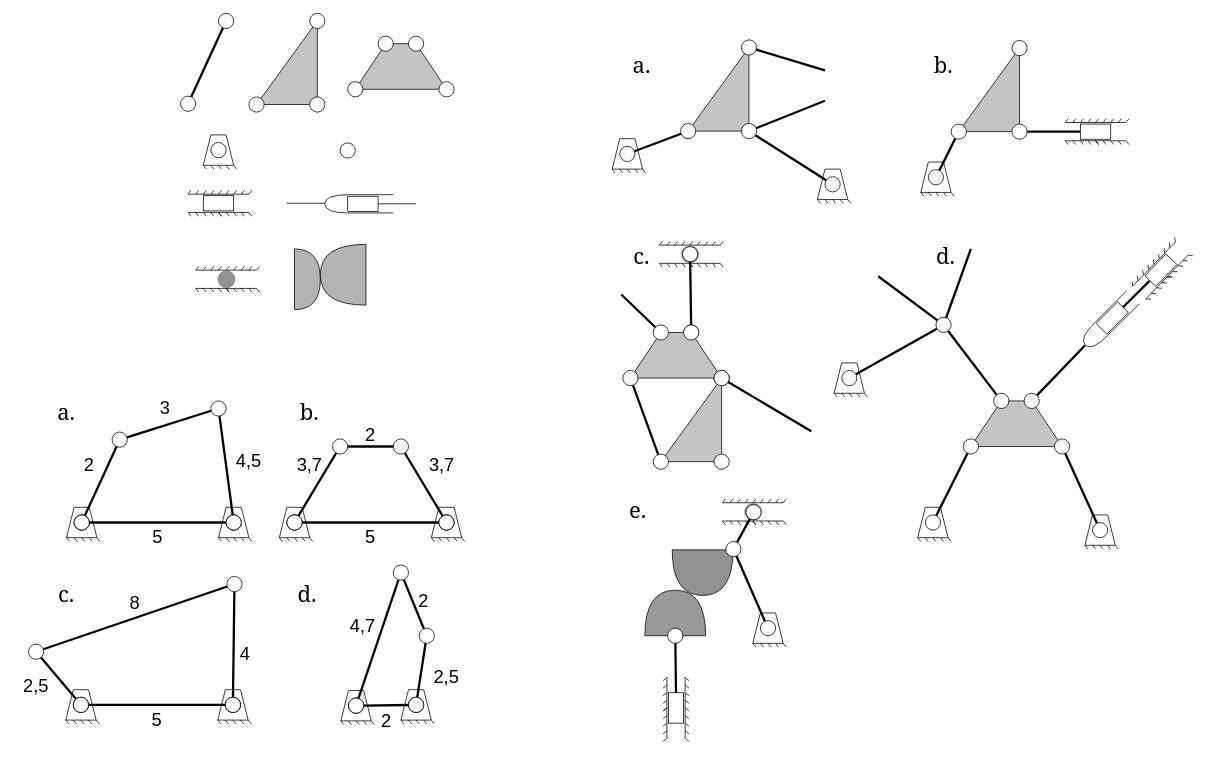
Above: Fisica Ejercicios/Images/mecanica_simbolos_y_ejercicios.drawio in InspectorDave/LaTeX (draw.io), before the change. Source tidied: cells renumbered, new cells numbered last; positions are measured from the earlier drawing's top-left corner, leaving out a move shared by most shapes. Both pictures are drawn from the tidied source at 76%, with x=0, y=0 at pixel (13, 13).
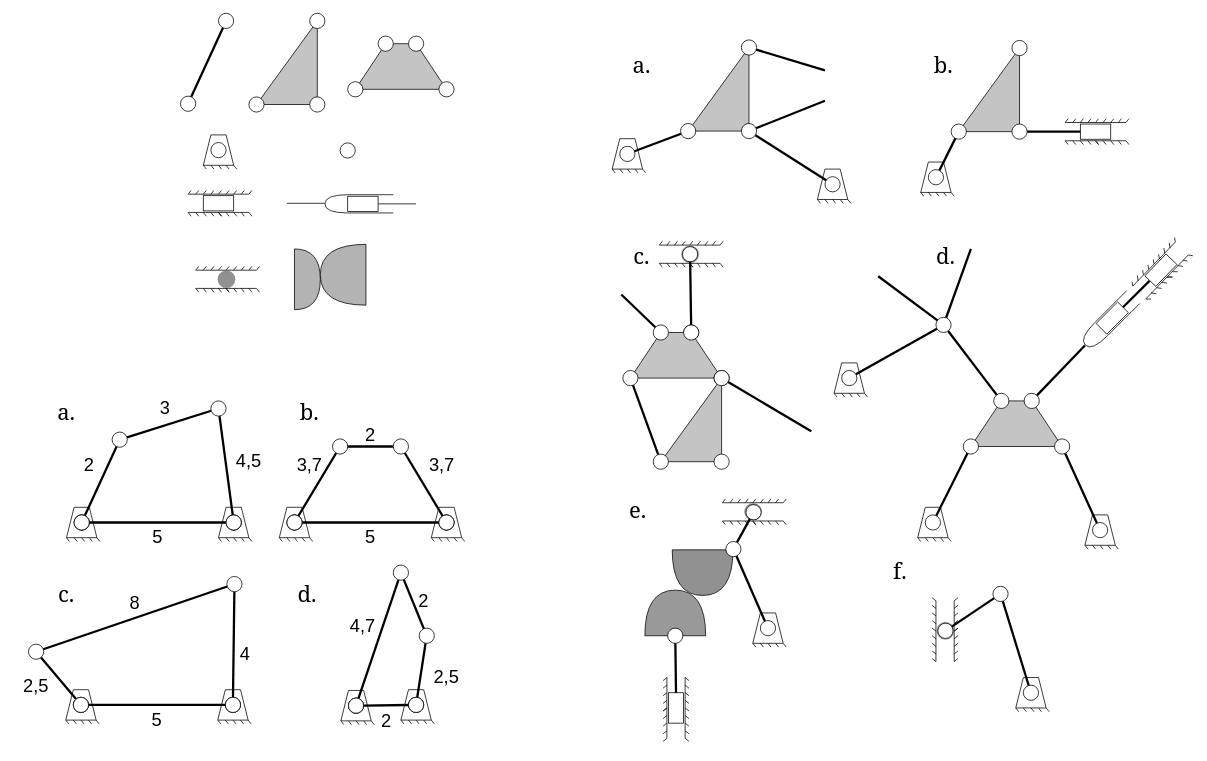
The same page after the edit.

Commit message (it also covers changes not shown here):
fisica_ej: agrego ejercicio de cinemática y ejercicio de mecánica

What changed in the source:
```diff
@@
+    <mxCell id="452" style="group;rotation=-90;" parent="1" vertex="1">
+      <mxGeometry x="1184" y="794" width="84" height="34" as="geometry" />
+    </mxCell>
+    <mxCell id="453" style="endArrow=none;html=1;rounded=0;" parent="452" edge="1">
+      <mxGeometry relative="1" as="geometry">
+        <mxPoint x="30" y="59" as="sourcePoint" />
+        <mxPoint x="30" y="-21" as="targetPoint" />
+      </mxGeometry>
+    </mxCell>
+    <mxCell id="454" style="endArrow=none;html=1;rounded=0;" parent="452" edge="1">
+      <mxGeometry relative="1" as="geometry">
+        <mxPoint x="54" y="59" as="sourcePoint" />
+        <mxPoint x="54" y="-21" as="targetPoint" />
+      </mxGeometry>
+    </mxCell>
+    <mxCell id="455" style="endArrow=none;html=1;rounded=0;" parent="452" edge="1">
+      <mxGeometry relative="1" as="geometry">
+        <mxPoint x="59" y="15" as="sourcePoint" />
+        <mxPoint x="54" y="19" as="targetPoint" />
+      </mxGeometry>
+    </mxCell>
+    <mxCell id="456" style="endArrow=none;html=1;rounded=0;" parent="452" edge="1">
+      <mxGeometry relative="1" as="geometry">
+        <mxPoint x="59" y="35" as="sourcePoint" />
+        <mxPoint x="54" y="39" as="targetPoint" />
+      </mxGeometry>
+    </mxCell>
+    <mxCell id="457" style="endArrow=none;html=1;rounded=0;" parent="452" edge="1">
+      <mxGeometry relative="1" as="geometry">
+        <mxPoint x="59" y="55" as="sourcePoint" />
+        <mxPoint x="54" y="59" as="targetPoint" />
+      </mxGeometry>
+    </mxCell>
+    <mxCell id="458" style="endArrow=none;html=1;rounded=0;" parent="452" edge="1">
+      <mxGeometry relative="1" as="geometry">
+        <mxPoint x="59" y="-25" as="sourcePoint" />
+        <mxPoint x="54" y="-21" as="targetPoint" />
+      </mxGeometry>
+    </mxCell>
+    <mxCell id="459" style="endArrow=none;html=1;rounded=0;" parent="452" edge="1">
+      <mxGeometry relative="1" as="geometry">
+        <mxPoint x="59" y="-5" as="sourcePoint" />
+        <mxPoint x="54" y="-1" as="targetPoint" />
+      </mxGeometry>
+    </mxCell>
+    <mxCell id="460" style="endArrow=none;html=1;rounded=0;" parent="452" edge="1">
+      <mxGeometry relative="1" as="geometry">
+        <mxPoint x="59" y="15" as="sourcePoint" />
+        <mxPoint x="54" y="19" as="targetPoint" />
+      </mxGeometry>
+    </mxCell>
+    <mxCell id="461" style="endArrow=none;html=1;rounded=0;" parent="452" edge="1">
+      <mxGeometry relative="1" as="geometry">
+        <mxPoint x="25" y="35" as="sourcePoint" />
+        <mxPoint x="30" y="39" as="targetPoint" />
+      </mxGeometry>
+    </mxCell>
+    <mxCell id="462" style="endArrow=none;html=1;rounded=0;" parent="452" edge="1">
+      <mxGeometry relative="1" as="geometry">
+        <mxPoint x="25" y="55" as="sourcePoint" />
+        <mxPoint x="30" y="59" as="targetPoint" />
+      </mxGeometry>
+    </mxCell>
+    <mxCell id="463" style="endArrow=none;html=1;rounded=0;" parent="452" edge="1">
+      <mxGeometry relative="1" as="geometry">
+        <mxPoint x="25" y="-25" as="sourcePoint" />
+        <mxPoint x="30" y="-21" as="targetPoint" />
+      </mxGeometry>
+    </mxCell>
+    <mxCell id="464" style="endArrow=none;html=1;rounded=0;" parent="452" edge="1">
+      <mxGeometry relative="1" as="geometry">
+        <mxPoint x="25" y="-5" as="sourcePoint" />
+        <mxPoint x="30" y="-1" as="targetPoint" />
+      </mxGeometry>
+    </mxCell>
+    <mxCell id="465" style="endArrow=none;html=1;rounded=0;" parent="452" edge="1">
+      <mxGeometry relative="1" as="geometry">
+        <mxPoint x="25" y="15" as="sourcePoint" />
+        <mxPoint x="30" y="19" as="targetPoint" />
+      </mxGeometry>
+    </mxCell>
+    <mxCell id="466" style="endArrow=none;html=1;rounded=0;" parent="452" edge="1">
+      <mxGeometry relative="1" as="geometry">
+        <mxPoint x="25" y="25" as="sourcePoint" />
+        <mxPoint x="30" y="29" as="targetPoint" />
+      </mxGeometry>
+    </mxCell>
+    <mxCell id="467" style="endArrow=none;html=1;rounded=0;" parent="452" edge="1">
+      <mxGeometry relative="1" as="geometry">
+        <mxPoint x="25" y="45" as="sourcePoint" />
+        <mxPoint x="30" y="49" as="targetPoint" />
+      </mxGeometry>
+    </mxCell>
+    <mxCell id="468" style="endArrow=none;html=1;rounded=0;" parent="452" edge="1">
+      <mxGeometry relative="1" as="geometry">
+        <mxPoint x="25" y="-15" as="sourcePoint" />
+        <mxPoint x="30" y="-11" as="targetPoint" />
+      </mxGeometry>
+    </mxCell>
+    <mxCell id="469" style="endArrow=none;html=1;rounded=0;" parent="452" edge="1">
+      <mxGeometry relative="1" as="geometry">
+        <mxPoint x="25" y="5" as="sourcePoint" />
+        <mxPoint x="30" y="9" as="targetPoint" />
+      </mxGeometry>
+    </mxCell>
+    <mxCell id="470" style="endArrow=none;html=1;rounded=0;" parent="452" edge="1">
+      <mxGeometry relative="1" as="geometry">
+        <mxPoint x="59" y="25" as="sourcePoint" />
+        <mxPoint x="54" y="29" as="targetPoint" />
+      </mxGeometry>
+    </mxCell>
+    <mxCell id="471" style="endArrow=none;html=1;rounded=0;" parent="452" edge="1">
+      <mxGeometry relative="1" as="geometry">
+        <mxPoint x="59" y="45" as="sourcePoint" />
+        <mxPoint x="54" y="49" as="targetPoint" />
+      </mxGeometry>
+    </mxCell>
+    <mxCell id="472" style="endArrow=none;html=1;rounded=0;" parent="452" edge="1">
+      <mxGeometry relative="1" as="geometry">
+        <mxPoint x="59" y="-15" as="sourcePoint" />
+        <mxPoint x="54" y="-11" as="targetPoint" />
+      </mxGeometry>
+    </mxCell>
+    <mxCell id="473" style="endArrow=none;html=1;rounded=0;" parent="452" edge="1">
+      <mxGeometry relative="1" as="geometry">
+        <mxPoint x="59" y="5" as="sourcePoint" />
+        <mxPoint x="54" y="9" as="targetPoint" />
+      </mxGeometry>
+    </mxCell>
+    <mxCell id="474" style="ellipse;whiteSpace=wrap;html=1;fillColor=#919191;strokeWidth=0;perimeterSpacing=0;rotation=-90;" parent="452" vertex="1">
+      <mxGeometry x="31" y="7" width="23" height="23" as="geometry" />
+    </mxCell>
@@
+    <mxCell id="475" style="group;" parent="1" vertex="1">
+      <mxGeometry x="1319" y="874" width="44" height="45" as="geometry" />
+    </mxCell>
+    <mxCell id="476" style="group;" parent="475" vertex="1">
+      <mxGeometry width="40" height="40" as="geometry" />
+    </mxCell>
+    <mxCell id="477" style="endArrow=none;html=1;rounded=0;" parent="476" edge="1">
+      <mxGeometry relative="1" as="geometry">
+        <mxPoint y="40" as="sourcePoint" />
+        <mxPoint y="40" as="targetPoint" />
+        <Array as="points">
+          <mxPoint x="30" y="40" />
+          <mxPoint x="40" y="40" />
+          <mxPoint x="30" />
+          <mxPoint x="10" />
+        </Array>
+      </mxGeometry>
+    </mxCell>
+    <mxCell id="478" style="ellipse;whiteSpace=wrap;html=1;" parent="476" vertex="1">
+      <mxGeometry x="10" y="10" width="20" height="20" as="geometry" />
+    </mxCell>
+    <mxCell id="479" style="endArrow=none;html=1;rounded=0;" parent="475" edge="1">
+      <mxGeometry relative="1" as="geometry">
+        <mxPoint x="14" y="45" as="sourcePoint" />
+        <mxPoint x="10" y="40" as="targetPoint" />
+      </mxGeometry>
+    </mxCell>
+    <mxCell id="480" style="endArrow=none;html=1;rounded=0;" parent="475" edge="1">
+      <mxGeometry relative="1" as="geometry">
+        <mxPoint x="24" y="45" as="sourcePoint" />
+        <mxPoint x="20" y="40" as="targetPoint" />
+      </mxGeometry>
+    </mxCell>
+    <mxCell id="481" style="endArrow=none;html=1;rounded=0;" parent="475" edge="1">
+      <mxGeometry relative="1" as="geometry">
+        <mxPoint x="34" y="45" as="sourcePoint" />
+        <mxPoint x="30" y="40" as="targetPoint" />
+      </mxGeometry>
+    </mxCell>
+    <mxCell id="482" style="endArrow=none;html=1;rounded=0;" parent="475" edge="1">
+      <mxGeometry relative="1" as="geometry">
+        <mxPoint x="44" y="45" as="sourcePoint" />
+        <mxPoint x="40" y="40" as="targetPoint" />
+      </mxGeometry>
+    </mxCell>
+    <mxCell id="483" style="endArrow=none;html=1;rounded=0;" parent="475" edge="1">
+      <mxGeometry relative="1" as="geometry">
+        <mxPoint x="4" y="45" as="sourcePoint" />
+        <mxPoint y="40" as="targetPoint" />
+      </mxGeometry>
+    </mxCell>
+    <mxCell id="484" style="endArrow=none;html=1;rounded=0;strokeWidth=3;" parent="1" edge="1" source="485" target="487">
+      <mxGeometry relative="1" as="geometry" />
+    </mxCell>
+    <mxCell id="485" style="ellipse;whiteSpace=wrap;html=1;" parent="1" vertex="1">
+      <mxGeometry x="1216.5" y="802.5" width="20" height="20" as="geometry" />
+    </mxCell>
+    <mxCell id="486" style="endArrow=none;html=1;rounded=0;strokeWidth=3;" parent="1" edge="1" source="478" target="487">
+      <mxGeometry relative="1" as="geometry" />
+    </mxCell>
+    <mxCell id="487" style="ellipse;whiteSpace=wrap;html=1;" parent="1" vertex="1">
+      <mxGeometry x="1289" y="754" width="20" height="20" as="geometry" />
+    </mxCell>
+    <mxCell id="488" value="f." style="text;html=1;align=center;verticalAlign=middle;whiteSpace=wrap;rounded=0;fontFamily=Georgia;fontSize=29;" parent="1" vertex="1">
+      <mxGeometry x="1137" y="719" width="60" height="30" as="geometry" />
+    </mxCell>
```
